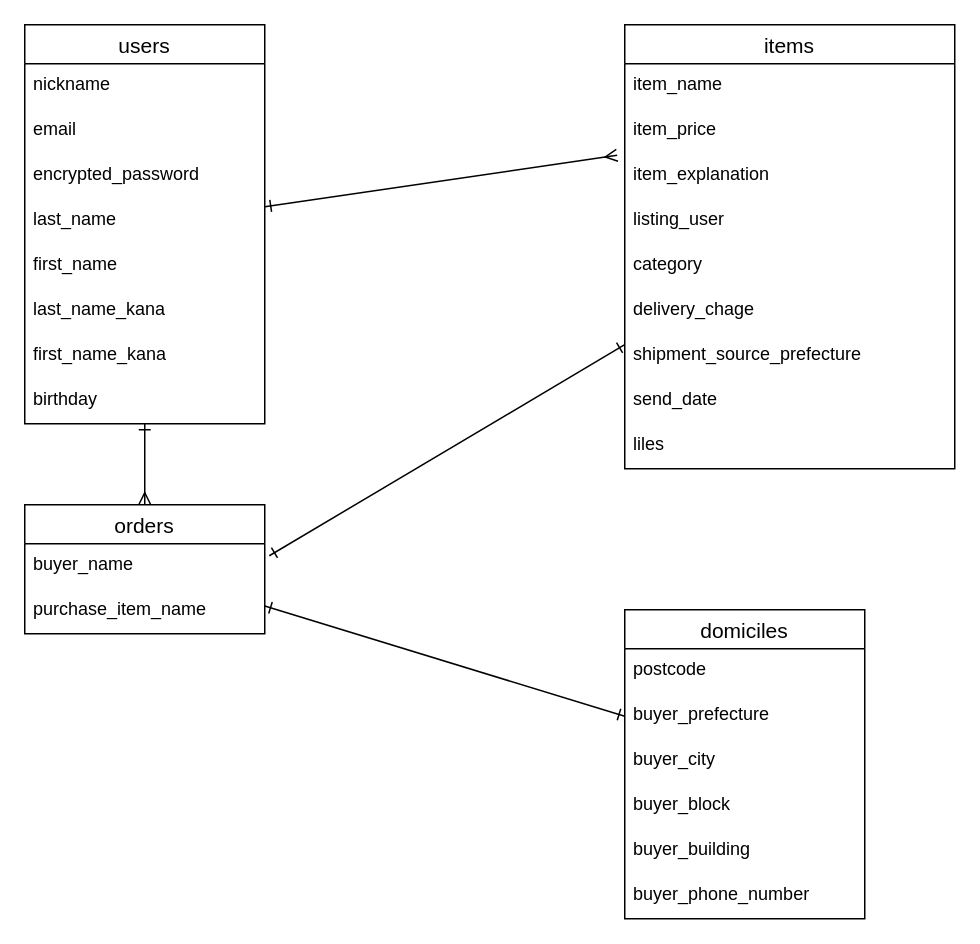
Above: furima.dio in Yukkiyss/furima-38005 (draw.io), before the change. Source tidied: cells renumbered, new cells numbered last; positions are measured from the earlier drawing's top-left corner, leaving out a move shared by most shapes. Both pictures are drawn from the tidied source at 150%, with x=0, y=0 at pixel (24, 24).
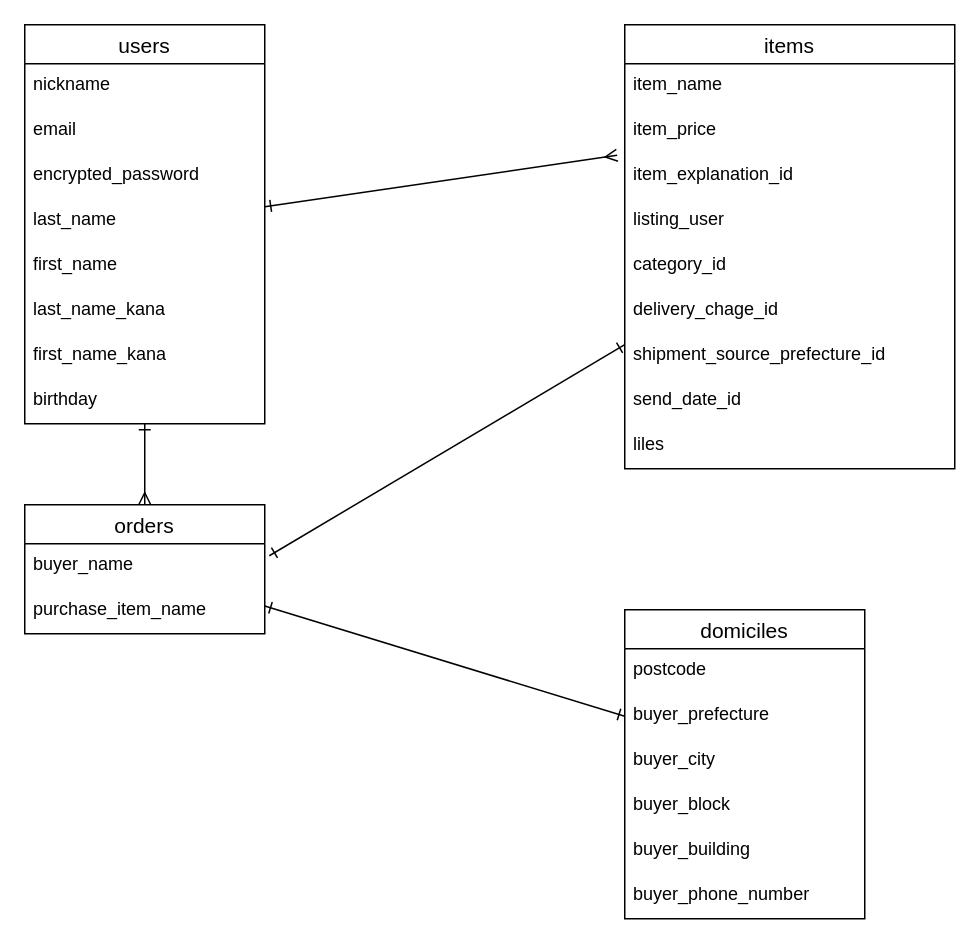
After the change.

Commit message (it also covers changes not shown here):
itemsテーブル　修正

The change refers to these unchanged cells:
```xml
<mxCell id="14" value="items" style="swimlane;fontStyle=0;horizontal=1;startSize=26;align=center;fontSize=14;" parent="1" vertex="1">
  <mxGeometry x="400" width="220" height="296" as="geometry" />
</mxCell>
```

Change to the diagram source:
```diff
@@
-    <mxCell id="17" value="item_explanation" style="text;strokeColor=none;fillColor=none;spacingLeft=4;spacingRight=4;overflow=hidden;points=[[0,0.5],[1,0.5]];portConstraint=eastwest;fontSize=12;" parent="14" vertex="1">
+    <mxCell id="17" value="item_explanation_id" style="text;strokeColor=none;fillColor=none;spacingLeft=4;spacingRight=4;overflow=hidden;points=[[0,0.5],[1,0.5]];portConstraint=eastwest;fontSize=12;" parent="14" vertex="1">
       <mxGeometry y="86" width="220" height="30" as="geometry" />
     </mxCell>
@@
-    <mxCell id="19" value="category" style="text;strokeColor=none;fillColor=none;spacingLeft=4;spacingRight=4;overflow=hidden;fontSize=12;" parent="14" vertex="1">
+    <mxCell id="19" value="category_id" style="text;strokeColor=none;fillColor=none;spacingLeft=4;spacingRight=4;overflow=hidden;fontSize=12;" parent="14" vertex="1">
       <mxGeometry y="146" width="220" height="30" as="geometry" />
     </mxCell>
-    <mxCell id="20" value="delivery_chage" style="text;strokeColor=none;fillColor=none;spacingLeft=4;spacingRight=4;overflow=hidden;fontSize=12;" parent="14" vertex="1">
+    <mxCell id="20" value="delivery_chage_id" style="text;strokeColor=none;fillColor=none;spacingLeft=4;spacingRight=4;overflow=hidden;fontSize=12;" parent="14" vertex="1">
       <mxGeometry y="176" width="220" height="30" as="geometry" />
     </mxCell>
-    <mxCell id="21" value="shipment_source_prefecture" style="text;strokeColor=none;fillColor=none;spacingLeft=4;spacingRight=4;overflow=hidden;fontSize=12;" parent="14" vertex="1">
+    <mxCell id="21" value="shipment_source_prefecture_id" style="text;strokeColor=none;fillColor=none;spacingLeft=4;spacingRight=4;overflow=hidden;fontSize=12;" parent="14" vertex="1">
       <mxGeometry y="206" width="220" height="30" as="geometry" />
     </mxCell>
-    <mxCell id="22" value="send_date" style="text;strokeColor=none;fillColor=none;spacingLeft=4;spacingRight=4;overflow=hidden;fontSize=12;" parent="14" vertex="1">
+    <mxCell id="22" value="send_date_id" style="text;strokeColor=none;fillColor=none;spacingLeft=4;spacingRight=4;overflow=hidden;fontSize=12;" parent="14" vertex="1">
       <mxGeometry y="236" width="220" height="30" as="geometry" />
     </mxCell>
```
